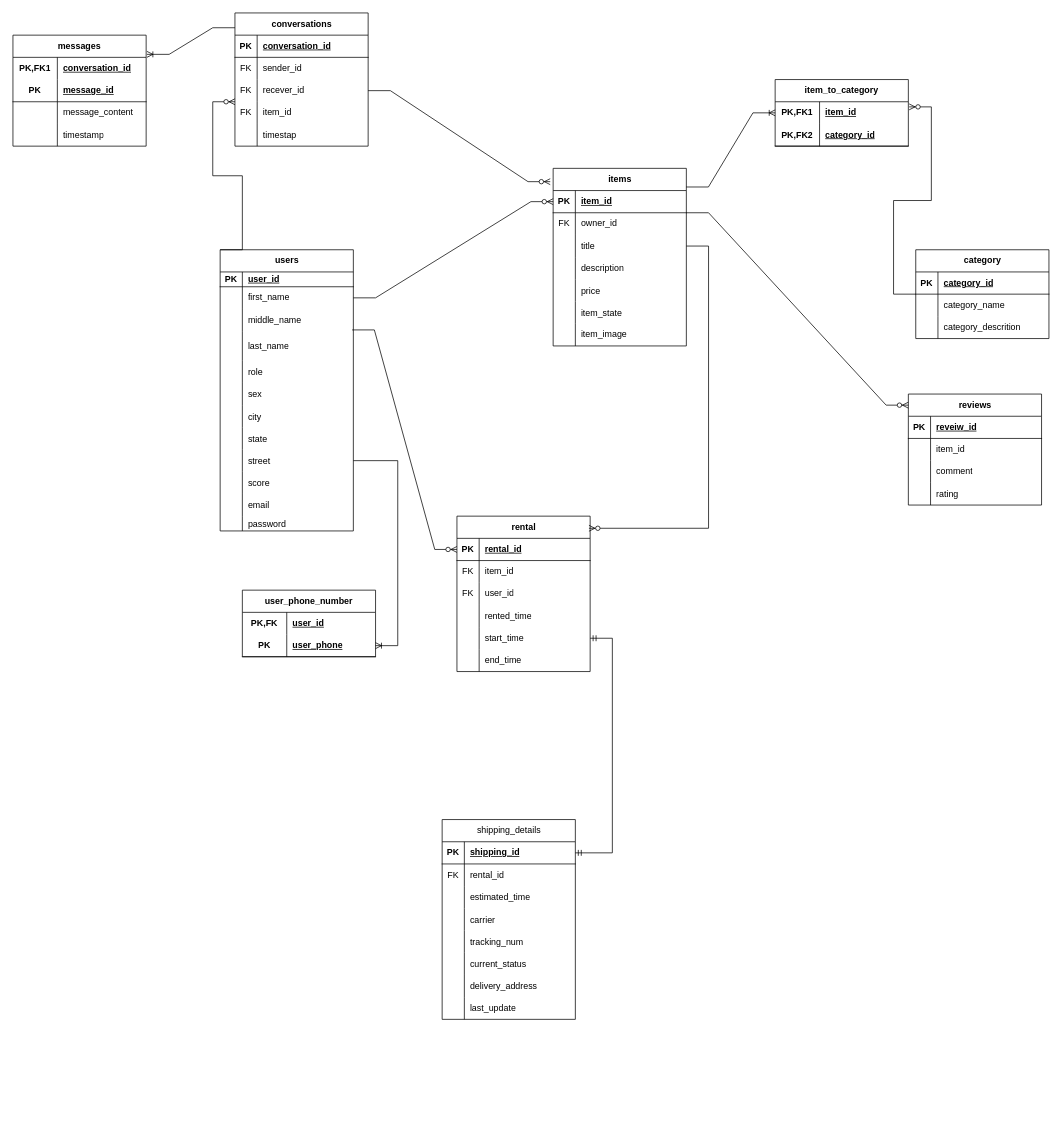
Before: documents/relational_model.drawio in ZiadMostafaGit/graduation-project, a draw.io diagram. Source tidied: cells renumbered, new cells numbered last; positions are measured from the earlier drawing's top-left corner, leaving out a move shared by most shapes. Both pictures are drawn from the tidied source at 74%, with x=0, y=0 at pixel (13, -195).
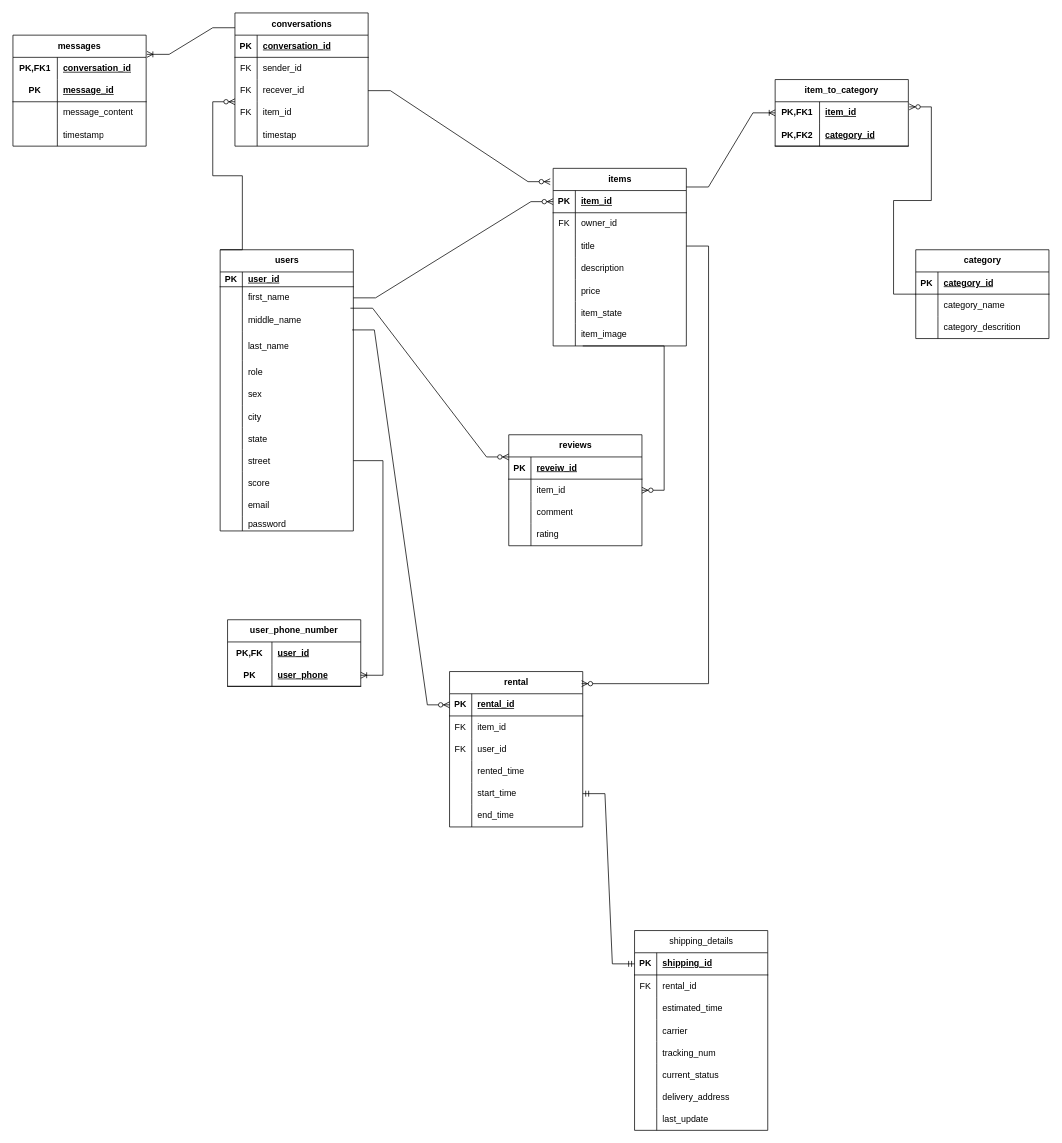
The same diagram, later.

The change refers to these unchanged cells:
```xml
<mxCell id="6" style="shape=tableRow;horizontal=0;startSize=0;swimlaneHead=0;swimlaneBody=0;fillColor=none;points=[[0,0.5],[1,0.5]];portConstraint=eastwest;top=0;left=0;right=0;bottom=0;" parent="2" vertex="1">
  <mxGeometry y="50" width="180" height="30" as="geometry" />
</mxCell>
<mxCell id="43" style="shape=tableRow;horizontal=0;startSize=0;swimlaneHead=0;swimlaneBody=0;fillColor=none;points=[[0,0.5],[1,0.5]];portConstraint=eastwest;top=0;left=0;right=0;bottom=0;" parent="39" vertex="1">
  <mxGeometry y="60" width="180" height="30" as="geometry" />
</mxCell>
<mxCell id="79" style="shape=tableRow;horizontal=0;startSize=0;swimlaneHead=0;swimlaneBody=0;fillColor=none;points=[[0,0.5],[1,0.5]];portConstraint=eastwest;top=0;left=0;right=0;bottom=1;" parent="78" vertex="1">
  <mxGeometry y="30" width="180" height="30" as="geometry" />
</mxCell>
<mxCell id="108" style="shape=tableRow;horizontal=0;startSize=0;swimlaneHead=0;swimlaneBody=0;fillColor=none;points=[[0,0.5],[1,0.5]];portConstraint=eastwest;top=0;left=0;right=0;bottom=1;" parent="107" vertex="1">
  <mxGeometry y="30" width="180" height="30" as="geometry" />
</mxCell>
<mxCell id="165" style="shape=tableRow;horizontal=0;startSize=0;swimlaneHead=0;swimlaneBody=0;fillColor=none;points=[[0,0.5],[1,0.5]];portConstraint=eastwest;top=0;left=0;right=0;bottom=0;" parent="152" vertex="1">
  <mxGeometry y="150" width="180" height="30" as="geometry" />
</mxCell>
```

Diff of the diagram source:
```diff
@@
     <mxCell id="71" value="user_phone_number" style="shape=table;startSize=30;childLayout=tableLayout;rowLines=0;fontStyle=1;align=center;html=1;whiteSpace=wrap;" parent="1" vertex="1">
-      <mxGeometry x="310" y="1060" width="180" height="90" as="geometry" />
+      <mxGeometry x="290" y="1100" width="180" height="90" as="geometry" />
     </mxCell>
@@
     <mxCell id="78" value="reviews" style="shape=table;startSize=30;childLayout=tableLayout;rowLines=0;fontStyle=1;align=center;html=1;" parent="1" vertex="1">
-      <mxGeometry x="1210" y="795" width="180" height="150" as="geometry" />
+      <mxGeometry x="670" y="850" width="180" height="150" as="geometry" />
     </mxCell>
@@
     <mxCell id="107" value="&lt;span style=&quot;font-weight: 400; text-wrap-mode: wrap; background-color: rgb(255, 255, 255);&quot;&gt;shipping_details&lt;/span&gt;" style="shape=table;startSize=30;childLayout=tableLayout;rowLines=0;fontStyle=1;align=center;html=1;" parent="1" vertex="1">
-      <mxGeometry x="580" y="1370" width="180" height="270" as="geometry" />
+      <mxGeometry x="840" y="1520" width="180" height="270" as="geometry" />
     </mxCell>
@@
     <mxCell id="152" value="rental" style="shape=table;startSize=30;childLayout=tableLayout;rowLines=0;fontStyle=1;align=center;html=1;" parent="1" vertex="1">
-      <mxGeometry x="600" y="960" width="180" height="210" as="geometry" />
+      <mxGeometry x="590" y="1170" width="180" height="210" as="geometry" />
     </mxCell>
@@
-    <mxCell id="176" style="edgeStyle=entityRelationEdgeStyle;fontSize=12;html=1;endArrow=ERmandOne;startArrow=ERmandOne;rounded=0;exitX=1;exitY=0.5;exitDx=0;exitDy=0;" parent="1" edge="1" source="108" target="165">
+    <mxCell id="176" style="edgeStyle=entityRelationEdgeStyle;fontSize=12;html=1;endArrow=ERmandOne;startArrow=ERmandOne;rounded=0;exitX=0;exitY=0.5;exitDx=0;exitDy=0;" parent="1" edge="1" source="108" target="165">
       <mxGeometry relative="1" as="geometry" />
     </mxCell>
-    <mxCell id="177" style="edgeStyle=entityRelationEdgeStyle;fontSize=12;html=1;endArrow=ERzeroToMany;endFill=1;rounded=0;exitX=1;exitY=0;exitDx=0;exitDy=0;exitPerimeter=0;entryX=0;entryY=0.1;entryDx=0;entryDy=0;entryPerimeter=0;" parent="1" edge="1" source="43" target="78">
-      <mxGeometry relative="1" as="geometry">
-        <Array as="points">
-          <mxPoint x="1210" y="660" />
-        </Array>
-      </mxGeometry>
-    </mxCell>
@@
+    <mxCell id="182" style="edgeStyle=entityRelationEdgeStyle;fontSize=12;html=1;endArrow=ERzeroToMany;endFill=1;rounded=0;exitX=0.978;exitY=0.967;exitDx=0;exitDy=0;exitPerimeter=0;entryX=0;entryY=0;entryDx=0;entryDy=0;entryPerimeter=0;" parent="1" edge="1" source="6" target="79">
+      <mxGeometry relative="1" as="geometry" />
+    </mxCell>
+    <mxCell id="183" style="edgeStyle=entityRelationEdgeStyle;fontSize=12;html=1;endArrow=ERzeroToMany;endFill=1;rounded=0;" parent="1" edge="1" target="78">
+      <mxGeometry relative="1" as="geometry">
+        <mxPoint x="770" y="730" as="sourcePoint" />
+        <Array as="points">
+          <mxPoint x="671" y="690" />
+          <mxPoint x="610" y="650" />
+          <mxPoint x="540" y="830" />
+          <mxPoint x="670" y="740" />
+        </Array>
+      </mxGeometry>
+    </mxCell>
```
